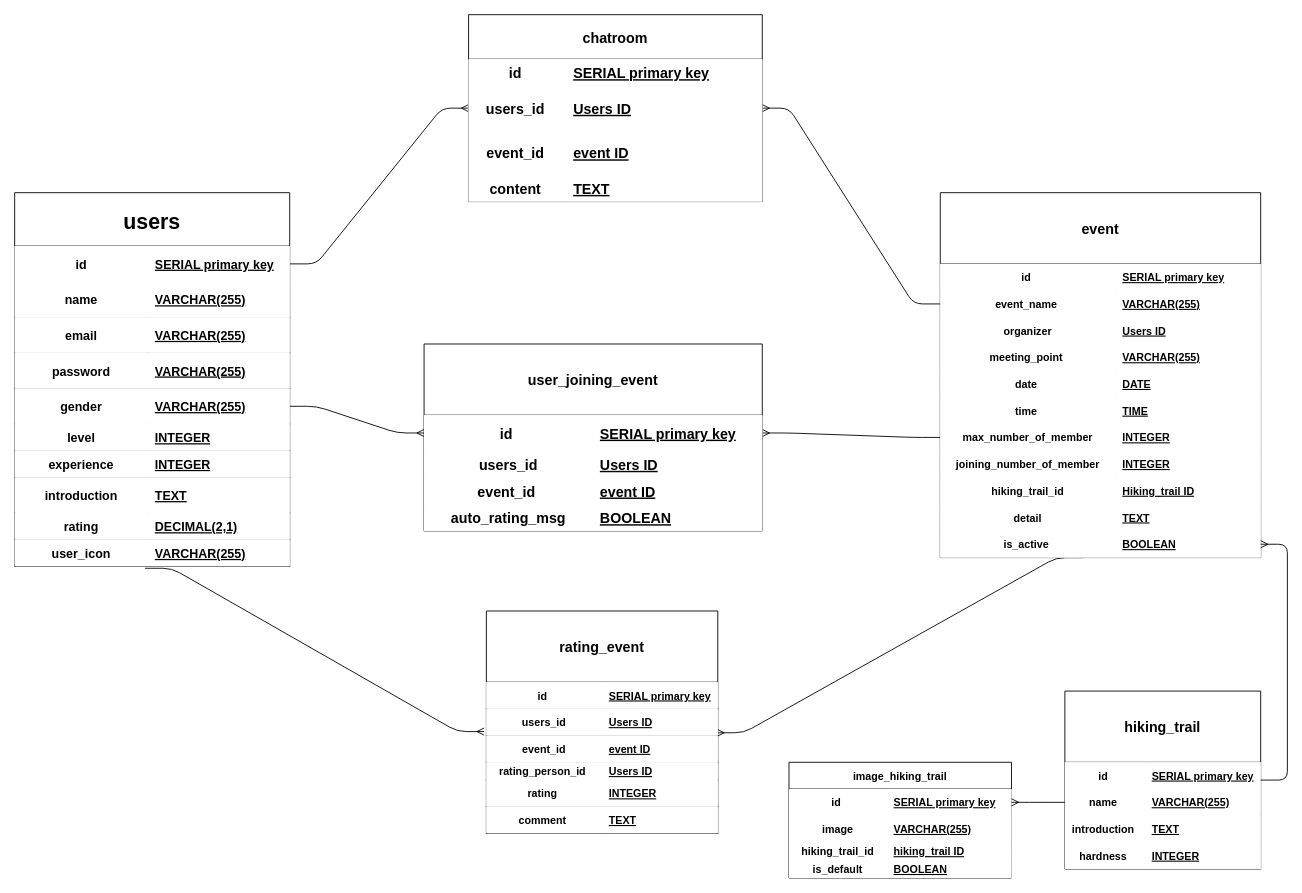
Above: ERD/ERD.drawio in timven2004/letsHike (draw.io), before the change. Source tidied: cells renumbered, new cells numbered last; positions are measured from the earlier drawing's top-left corner, leaving out a move shared by most shapes. Both pictures are drawn from the tidied source at 89%, with x=0, y=0 at pixel (14, 14).
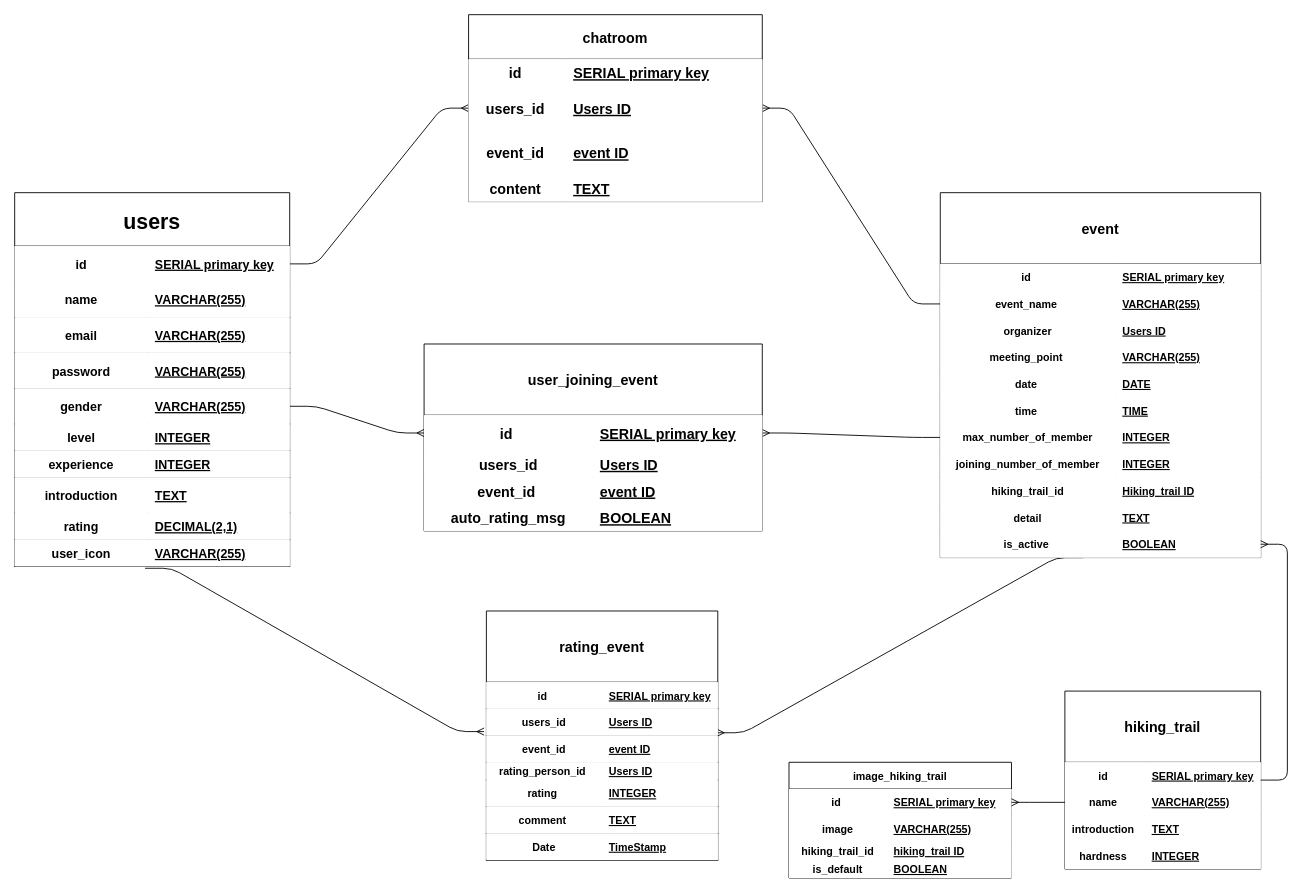
After the change.

Commit message (it also covers changes not shown here):
updated ERD, sql queries, Userprofile page connecting to server

The edit, as a diff of the source:
```diff
@@
     <mxCell id="65" value="rating_event" style="shape=table;startSize=80;childLayout=tableLayout;rowLines=0;fontStyle=1;align=center;strokeColor=#000000;gradientColor=none;fontSize=16;" parent="1" vertex="1">
-      <mxGeometry x="530" y="670" width="260" height="250" as="geometry" />
+      <mxGeometry x="530" y="670" width="260" height="280" as="geometry" />
     </mxCell>
@@
+    <mxCell id="146" style="shape=partialRectangle;top=0;left=0;bottom=1;right=0;" parent="65" vertex="1">
+      <mxGeometry y="250" width="260" height="30" as="geometry" />
+    </mxCell>
+    <mxCell id="147" value="Date" style="shape=partialRectangle;top=0;left=0;bottom=0;right=0;fontStyle=1;overflow=hidden;" parent="146" vertex="1">
+      <mxGeometry width="130" height="30" as="geometry" />
+    </mxCell>
+    <mxCell id="148" value="TimeStamp" style="shape=partialRectangle;top=0;left=0;bottom=0;right=0;align=left;spacingLeft=6;fontStyle=5;overflow=hidden;" parent="146" vertex="1">
+      <mxGeometry x="130" width="130" height="30" as="geometry" />
+    </mxCell>
```
